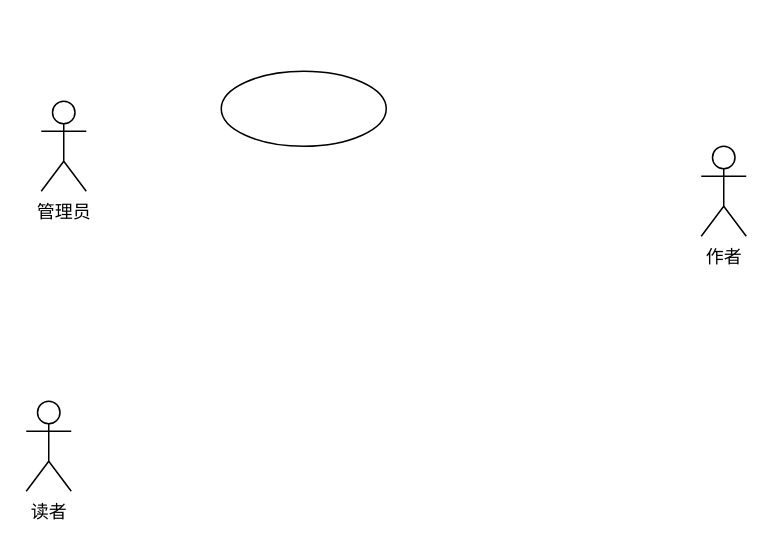
Above: 系统用例图.drawio in kkq22/clash (draw.io), before the change. Source tidied: cells renumbered, new cells numbered last; positions are measured from the earlier drawing's top-left corner, leaving out a move shared by most shapes. Both pictures are drawn from the tidied source at 150%, with x=0, y=0 at pixel (26, 70).
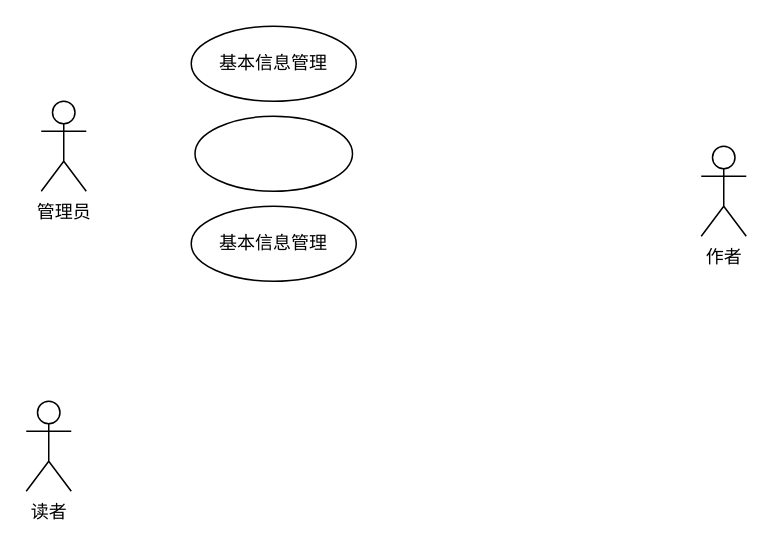
Above is the later version.

Commit message (it also covers changes not shown here):
更新系统用例图.drawio

Diff of the diagram source:
```diff
@@
 <mxGraphModel>
   <root>
     <mxCell id="0" />
     <mxCell id="1" parent="0" />
     <mxCell id="2" value="管理员" style="shape=umlActor;verticalLabelPosition=bottom;verticalAlign=top;html=1;" parent="1" vertex="1">
       <mxGeometry x="10" y="20" width="30" height="60" as="geometry" />
     </mxCell>
     <mxCell id="3" value="读者" style="shape=umlActor;verticalLabelPosition=bottom;verticalAlign=top;html=1;" parent="1" vertex="1">
       <mxGeometry y="220" width="30" height="60" as="geometry" />
     </mxCell>
     <mxCell id="4" value="作者" style="shape=umlActor;verticalLabelPosition=bottom;verticalAlign=top;html=1;" parent="1" vertex="1">
       <mxGeometry x="450" y="50" width="30" height="60" as="geometry" />
     </mxCell>
-    <mxCell id="5" style="ellipse;whiteSpace=wrap;html=1;" parent="1" vertex="1">
-      <mxGeometry x="130" width="110" height="50" as="geometry" />
+    <mxCell id="5" value="基本信息管理" style="ellipse;whiteSpace=wrap;html=1;" parent="1" vertex="1">
+      <mxGeometry x="110" y="-30" width="110" height="50" as="geometry" />
     </mxCell>
+    <mxCell id="6" style="ellipse;whiteSpace=wrap;html=1;" parent="1" vertex="1">
+      <mxGeometry x="112.5" y="30" width="105" height="50" as="geometry" />
+    </mxCell>
+    <mxCell id="7" value="基本信息管理" style="ellipse;whiteSpace=wrap;html=1;" parent="1" vertex="1">
+      <mxGeometry x="110" y="90" width="110" height="50" as="geometry" />
+    </mxCell>
   </root>
 </mxGraphModel>
```
